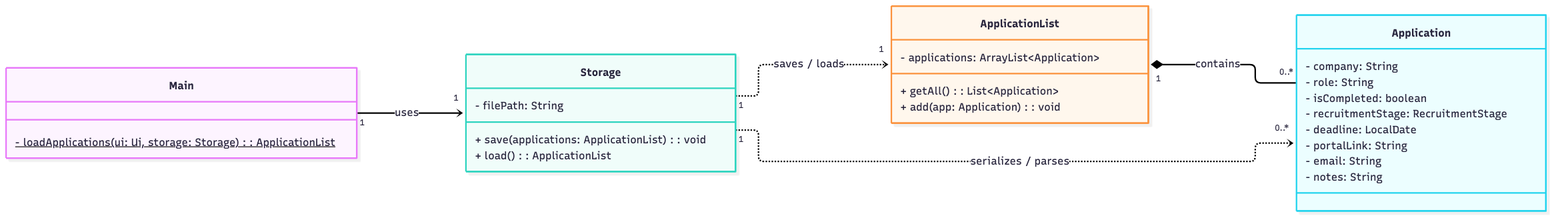
The Mermaid diagram docs/diagrams/storage-class.png in AY2627S1-CS2113-T10-2/tp, before a commit. Its source is kept beside it as docs/diagrams/sources/storage-class.mmd.
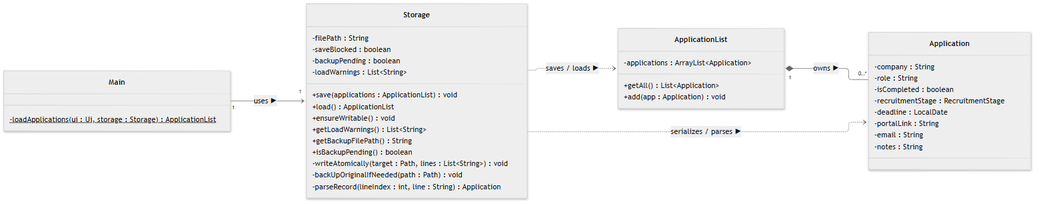
The same file after the commit.

The edit, as a diff of the source:
```diff
@@ -1,34 +1,40 @@
+%%{init: {'theme': 'neutral'}}%%
 classDiagram
     direction LR
-
     class Main {
-        - loadApplications(ui: Ui, storage: Storage)$: ApplicationList
+        -loadApplications(ui : Ui, storage : Storage)$ ApplicationList
     }
-
     class Storage {
-        - filePath: String
-        + save(applications: ApplicationList): void
-        + load(): ApplicationList
+        -filePath : String
+        -saveBlocked : boolean
+        -backupPending : boolean
+        -loadWarnings : List~String~
+        +save(applications : ApplicationList) void
+        +load() ApplicationList
+        +ensureWritable() void
+        +getLoadWarnings() List~String~
+        +getBackupFilePath() String
+        +isBackupPending() boolean
+        -writeAtomically(target : Path, lines : List~String~) void
+        -backUpOriginalIfNeeded(path : Path) void
+        -parseRecord(lineIndex : int, line : String) Application
     }
-
     class ApplicationList {
-        - applications: ArrayList~Application~
-        + getAll(): List~Application~
-        + add(app: Application): void
+        -applications : ArrayList~Application~
+        +getAll() List~Application~
+        +add(app : Application) void
     }
-
     class Application {
-        - company: String
-        - role: String
-        - isCompleted: boolean
-        - recruitmentStage: RecruitmentStage
-        - deadline: LocalDate
-        - portalLink: String
-        - email: String
-        - notes: String
+        -company : String
+        -role : String
+        -isCompleted : boolean
+        -recruitmentStage : RecruitmentStage
+        -deadline : LocalDate
+        -portalLink : String
+        -email : String
+        -notes : String
     }
-
-    Main "1" --> "1" Storage : uses
-    Storage "1" ..> "1" ApplicationList : saves / loads
-    ApplicationList "1" *-- "0..*" Application : contains
-    Storage "1" ..> "0..*" Application : serializes / parses
+    Main "1" --> "1" Storage : uses ▶
+    Storage ..> ApplicationList : saves / loads ▶
+    ApplicationList "1" *-- "0..*" Application : owns ▶
+    Storage ..> Application : serializes / parses ▶
```
